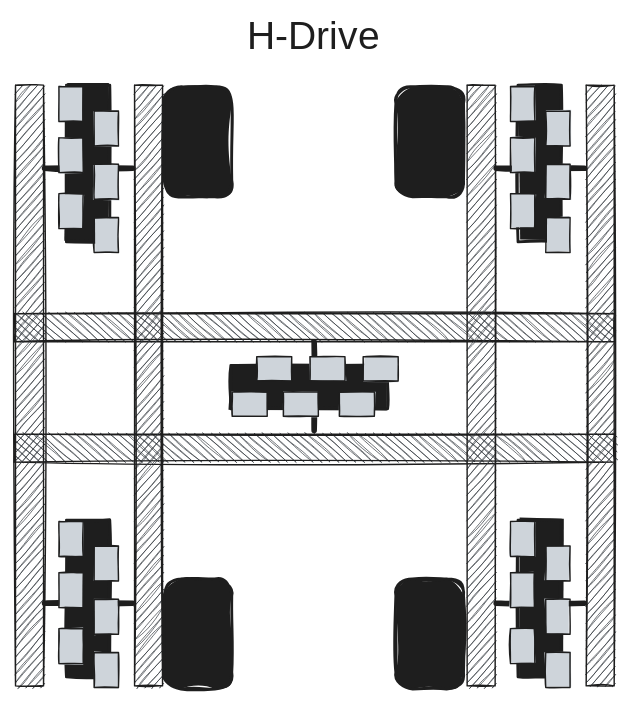
Above: entries/drivetrain-1/brainstorm-drive-configurations/H-Drive.excalidraw.svg in Area-53-Robotics/53D-High-Stakes-Notebook (Excalidraw), before the change. Source tidied: one line per element, renumbered; positions are measured from the earlier drawing's top-left corner, leaving out a move shared by most shapes. Source of this version:
```json
{"id": 0, "type": "rectangle", "strokeColor": "#1e1e1e", "angle": 4.71, "backgroundColor": "#343a40", "fillStyle": "hachure", "strokeWidth": 1, "roughness": 1, "x": 204, "y": 96, "width": 20, "height": 429}
{"id": 1, "type": "rectangle", "strokeColor": "#1e1e1e", "angle": 4.71, "backgroundColor": "#343a40", "fillStyle": "hachure", "strokeWidth": 1, "roughness": 1, "x": 204, "y": 10, "width": 20, "height": 429}
{"id": 2, "type": "rectangle", "strokeColor": "#1e1e1e", "backgroundColor": "#343a40", "fillStyle": "hachure", "strokeWidth": 1, "roughness": 1, "x": 0, "y": 51, "width": 20, "height": 429}
{"id": 3, "type": "rectangle", "strokeColor": "#1e1e1e", "backgroundColor": "#343a40", "fillStyle": "hachure", "strokeWidth": 1, "roughness": 1, "x": 85, "y": 51, "width": 20, "height": 429}
{"id": 4, "type": "line", "strokeColor": "#1e1e1e", "backgroundColor": "#ced4da", "fillStyle": "solid", "strokeWidth": 4, "roughness": 1, "x": 21, "y": 110, "width": 63, "height": 0, "points": [[0, 0], [63, 0]]}
{"id": 5, "type": "rectangle", "strokeColor": "#1e1e1e", "backgroundColor": "#1e1e1e", "fillStyle": "solid", "strokeWidth": 2, "roughness": 1, "x": 36, "y": 51, "width": 31, "height": 112}
{"id": 6, "type": "rectangle", "strokeColor": "#1e1e1e", "backgroundColor": "#ced4da", "fillStyle": "solid", "strokeWidth": 1, "roughness": 1, "x": 31, "y": 52, "width": 17, "height": 25}
{"id": 7, "type": "rectangle", "strokeColor": "#1e1e1e", "backgroundColor": "#ced4da", "fillStyle": "solid", "strokeWidth": 1, "roughness": 1, "x": 56, "y": 69, "width": 17, "height": 25}
{"id": 8, "type": "rectangle", "strokeColor": "#1e1e1e", "backgroundColor": "#ced4da", "fillStyle": "solid", "strokeWidth": 1, "roughness": 1, "x": 31, "y": 88, "width": 17, "height": 25}
{"id": 9, "type": "rectangle", "strokeColor": "#1e1e1e", "backgroundColor": "#ced4da", "fillStyle": "solid", "strokeWidth": 1, "roughness": 1, "x": 56, "y": 107, "width": 17, "height": 25}
{"id": 10, "type": "rectangle", "strokeColor": "#1e1e1e", "backgroundColor": "#ced4da", "fillStyle": "solid", "strokeWidth": 1, "roughness": 1, "x": 31, "y": 128, "width": 17, "height": 25}
{"id": 11, "type": "rectangle", "strokeColor": "#1e1e1e", "backgroundColor": "#ced4da", "fillStyle": "solid", "strokeWidth": 1, "roughness": 1, "x": 56, "y": 145, "width": 17, "height": 25}
{"id": 12, "type": "line", "strokeColor": "#1e1e1e", "backgroundColor": "#ced4da", "fillStyle": "solid", "strokeWidth": 4, "roughness": 1, "x": 21, "y": 421, "width": 63, "height": 0, "points": [[0, 0], [63, 0]]}
{"id": 13, "type": "rectangle", "strokeColor": "#1e1e1e", "backgroundColor": "#1e1e1e", "fillStyle": "solid", "strokeWidth": 2, "roughness": 1, "x": 36, "y": 361, "width": 31, "height": 112}
{"id": 14, "type": "rectangle", "strokeColor": "#1e1e1e", "backgroundColor": "#ced4da", "fillStyle": "solid", "strokeWidth": 1, "roughness": 1, "x": 31, "y": 362, "width": 17, "height": 25}
{"id": 15, "type": "rectangle", "strokeColor": "#1e1e1e", "backgroundColor": "#ced4da", "fillStyle": "solid", "strokeWidth": 1, "roughness": 1, "x": 56, "y": 380, "width": 17, "height": 25}
{"id": 16, "type": "rectangle", "strokeColor": "#1e1e1e", "backgroundColor": "#ced4da", "fillStyle": "solid", "strokeWidth": 1, "roughness": 1, "x": 31, "y": 399, "width": 17, "height": 25}
{"id": 17, "type": "rectangle", "strokeColor": "#1e1e1e", "backgroundColor": "#ced4da", "fillStyle": "solid", "strokeWidth": 1, "roughness": 1, "x": 56, "y": 418, "width": 17, "height": 25}
{"id": 18, "type": "rectangle", "strokeColor": "#1e1e1e", "backgroundColor": "#ced4da", "fillStyle": "solid", "strokeWidth": 1, "roughness": 1, "x": 31, "y": 439, "width": 17, "height": 25}
{"id": 19, "type": "rectangle", "strokeColor": "#1e1e1e", "backgroundColor": "#ced4da", "fillStyle": "solid", "strokeWidth": 1, "roughness": 1, "x": 56, "y": 456, "width": 17, "height": 25}
{"id": 20, "type": "rectangle", "strokeColor": "#1e1e1e", "backgroundColor": "#343a40", "fillStyle": "hachure", "strokeWidth": 1, "roughness": 1, "x": 322, "y": 51, "width": 20, "height": 429}
{"id": 21, "type": "rectangle", "strokeColor": "#1e1e1e", "backgroundColor": "#343a40", "fillStyle": "hachure", "strokeWidth": 1, "roughness": 1, "x": 408, "y": 51, "width": 20, "height": 429}
{"id": 22, "type": "line", "strokeColor": "#1e1e1e", "backgroundColor": "#ced4da", "fillStyle": "solid", "strokeWidth": 4, "roughness": 1, "x": 343, "y": 110, "width": 63, "height": 0, "points": [[0, 0], [63, 0]]}
{"id": 23, "type": "rectangle", "strokeColor": "#1e1e1e", "backgroundColor": "#1e1e1e", "fillStyle": "solid", "strokeWidth": 2, "roughness": 1, "x": 359, "y": 51, "width": 31, "height": 112}
{"id": 24, "type": "rectangle", "strokeColor": "#1e1e1e", "backgroundColor": "#ced4da", "fillStyle": "solid", "strokeWidth": 1, "roughness": 1, "x": 353, "y": 52, "width": 17, "height": 25}
{"id": 25, "type": "rectangle", "strokeColor": "#1e1e1e", "backgroundColor": "#ced4da", "fillStyle": "solid", "strokeWidth": 1, "roughness": 1, "x": 379, "y": 69, "width": 17, "height": 25}
{"id": 26, "type": "rectangle", "strokeColor": "#1e1e1e", "backgroundColor": "#ced4da", "fillStyle": "solid", "strokeWidth": 1, "roughness": 1, "x": 353, "y": 88, "width": 17, "height": 25}
{"id": 27, "type": "rectangle", "strokeColor": "#1e1e1e", "backgroundColor": "#ced4da", "fillStyle": "solid", "strokeWidth": 1, "roughness": 1, "x": 379, "y": 107, "width": 17, "height": 25}
{"id": 28, "type": "rectangle", "strokeColor": "#1e1e1e", "backgroundColor": "#ced4da", "fillStyle": "solid", "strokeWidth": 1, "roughness": 1, "x": 353, "y": 128, "width": 17, "height": 25}
{"id": 29, "type": "rectangle", "strokeColor": "#1e1e1e", "backgroundColor": "#ced4da", "fillStyle": "solid", "strokeWidth": 1, "roughness": 1, "x": 379, "y": 145, "width": 17, "height": 25}
{"id": 30, "type": "line", "strokeColor": "#1e1e1e", "backgroundColor": "#ced4da", "fillStyle": "solid", "strokeWidth": 4, "roughness": 1, "x": 343, "y": 421, "width": 63, "height": 0, "points": [[0, 0], [63, 0]]}
{"id": 31, "type": "rectangle", "strokeColor": "#1e1e1e", "backgroundColor": "#1e1e1e", "fillStyle": "solid", "strokeWidth": 2, "roughness": 1, "x": 359, "y": 361, "width": 31, "height": 112}
{"id": 32, "type": "rectangle", "strokeColor": "#1e1e1e", "backgroundColor": "#ced4da", "fillStyle": "solid", "strokeWidth": 1, "roughness": 1, "x": 353, "y": 362, "width": 17, "height": 25}
{"id": 33, "type": "rectangle", "strokeColor": "#1e1e1e", "backgroundColor": "#ced4da", "fillStyle": "solid", "strokeWidth": 1, "roughness": 1, "x": 379, "y": 380, "width": 17, "height": 25}
{"id": 34, "type": "rectangle", "strokeColor": "#1e1e1e", "backgroundColor": "#ced4da", "fillStyle": "solid", "strokeWidth": 1, "roughness": 1, "x": 353, "y": 399, "width": 17, "height": 25}
{"id": 35, "type": "rectangle", "strokeColor": "#1e1e1e", "backgroundColor": "#ced4da", "fillStyle": "solid", "strokeWidth": 1, "roughness": 1, "x": 379, "y": 418, "width": 17, "height": 25}
{"id": 36, "type": "rectangle", "strokeColor": "#1e1e1e", "backgroundColor": "#ced4da", "fillStyle": "solid", "strokeWidth": 1, "roughness": 1, "x": 353, "y": 439, "width": 17, "height": 25}
{"id": 37, "type": "rectangle", "strokeColor": "#1e1e1e", "backgroundColor": "#ced4da", "fillStyle": "solid", "strokeWidth": 1, "roughness": 1, "x": 379, "y": 456, "width": 17, "height": 25}
{"id": 38, "type": "text", "text": "H-Drive", "strokeColor": "#1e1e1e", "backgroundColor": "#ced4da", "fillStyle": "solid", "strokeWidth": 4, "roughness": 1, "fontSize": 28, "fontFamily": 1, "x": 165, "y": 0, "width": 97, "height": 35}
{"id": 39, "type": "line", "strokeColor": "#1e1e1e", "angle": 4.71, "backgroundColor": "#ced4da", "fillStyle": "solid", "strokeWidth": 4, "roughness": 1, "x": 182, "y": 266, "width": 63, "height": 0, "points": [[0, 0], [63, 0]]}
{"id": 40, "type": "rectangle", "strokeColor": "#1e1e1e", "angle": 4.71, "backgroundColor": "#1e1e1e", "fillStyle": "solid", "strokeWidth": 2, "roughness": 1, "x": 194, "y": 210, "width": 31, "height": 112}
{"id": 41, "type": "rectangle", "strokeColor": "#1e1e1e", "angle": 4.71, "backgroundColor": "#ced4da", "fillStyle": "solid", "strokeWidth": 1, "roughness": 1, "x": 159, "y": 266, "width": 17, "height": 25}
{"id": 42, "type": "rectangle", "strokeColor": "#1e1e1e", "angle": 4.71, "backgroundColor": "#ced4da", "fillStyle": "solid", "strokeWidth": 1, "roughness": 1, "x": 176, "y": 241, "width": 17, "height": 25}
{"id": 43, "type": "rectangle", "strokeColor": "#1e1e1e", "angle": 4.71, "backgroundColor": "#ced4da", "fillStyle": "solid", "strokeWidth": 1, "roughness": 1, "x": 195, "y": 266, "width": 17, "height": 25}
{"id": 44, "type": "rectangle", "strokeColor": "#1e1e1e", "angle": 4.71, "backgroundColor": "#ced4da", "fillStyle": "solid", "strokeWidth": 1, "roughness": 1, "x": 214, "y": 241, "width": 17, "height": 25}
{"id": 45, "type": "rectangle", "strokeColor": "#1e1e1e", "angle": 4.71, "backgroundColor": "#ced4da", "fillStyle": "solid", "strokeWidth": 1, "roughness": 1, "x": 235, "y": 266, "width": 17, "height": 25}
{"id": 46, "type": "rectangle", "strokeColor": "#1e1e1e", "angle": 4.71, "backgroundColor": "#ced4da", "fillStyle": "solid", "strokeWidth": 1, "roughness": 1, "x": 252, "y": 241, "width": 17, "height": 25}
{"id": 47, "type": "rectangle", "strokeColor": "#1e1e1e", "angle": 4.71, "backgroundColor": "#1e1e1e", "fillStyle": "solid", "strokeWidth": 2, "roughness": 1, "round": true, "x": 91, "y": 67, "width": 79, "height": 48}
{"id": 48, "type": "rectangle", "strokeColor": "#1e1e1e", "angle": 4.71, "backgroundColor": "#1e1e1e", "fillStyle": "solid", "strokeWidth": 2, "roughness": 1, "round": true, "x": 91, "y": 418, "width": 79, "height": 48}
{"id": 49, "type": "rectangle", "strokeColor": "#1e1e1e", "angle": 4.71, "backgroundColor": "#1e1e1e", "fillStyle": "solid", "strokeWidth": 2, "roughness": 1, "round": true, "x": 256, "y": 67, "width": 79, "height": 48}
{"id": 50, "type": "rectangle", "strokeColor": "#1e1e1e", "angle": 4.71, "backgroundColor": "#1e1e1e", "fillStyle": "solid", "strokeWidth": 2, "roughness": 1, "round": true, "x": 256, "y": 418, "width": 79, "height": 48}
```
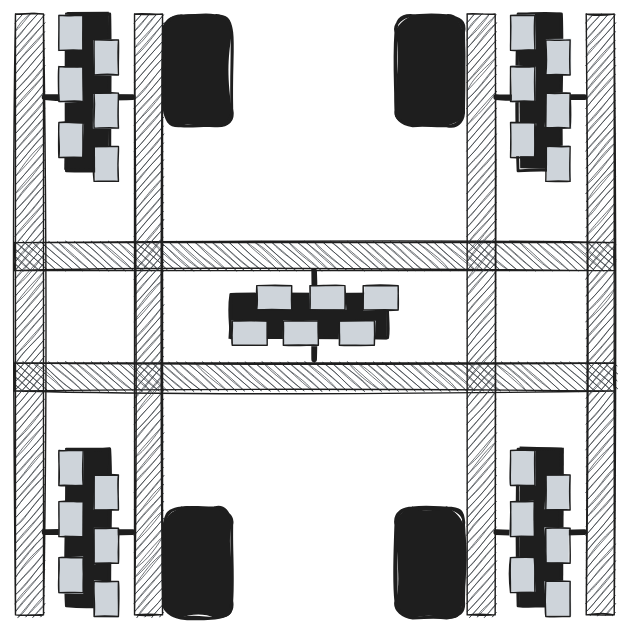
Later version of the same file.

What changed in the source:
```diff
@@ -36,7 +36,6 @@
 {"id": 35, "type": "rectangle", "strokeColor": "#1e1e1e", "backgroundColor": "#ced4da", "fillStyle": "solid", "strokeWidth": 1, "roughness": 1, "x": 379, "y": 418, "width": 17, "height": 25}
 {"id": 36, "type": "rectangle", "strokeColor": "#1e1e1e", "backgroundColor": "#ced4da", "fillStyle": "solid", "strokeWidth": 1, "roughness": 1, "x": 353, "y": 439, "width": 17, "height": 25}
 {"id": 37, "type": "rectangle", "strokeColor": "#1e1e1e", "backgroundColor": "#ced4da", "fillStyle": "solid", "strokeWidth": 1, "roughness": 1, "x": 379, "y": 456, "width": 17, "height": 25}
-{"id": 38, "type": "text", "text": "H-Drive", "strokeColor": "#1e1e1e", "backgroundColor": "#ced4da", "fillStyle": "solid", "strokeWidth": 4, "roughness": 1, "fontSize": 28, "fontFamily": 1, "x": 165, "y": 0, "width": 97, "height": 35}
 {"id": 39, "type": "line", "strokeColor": "#1e1e1e", "angle": 4.71, "backgroundColor": "#ced4da", "fillStyle": "solid", "strokeWidth": 4, "roughness": 1, "x": 182, "y": 266, "width": 63, "height": 0, "points": [[0, 0], [63, 0]]}
 {"id": 40, "type": "rectangle", "strokeColor": "#1e1e1e", "angle": 4.71, "backgroundColor": "#1e1e1e", "fillStyle": "solid", "strokeWidth": 2, "roughness": 1, "x": 194, "y": 210, "width": 31, "height": 112}
 {"id": 41, "type": "rectangle", "strokeColor": "#1e1e1e", "angle": 4.71, "backgroundColor": "#ced4da", "fillStyle": "solid", "strokeWidth": 1, "roughness": 1, "x": 159, "y": 266, "width": 17, "height": 25}
```
